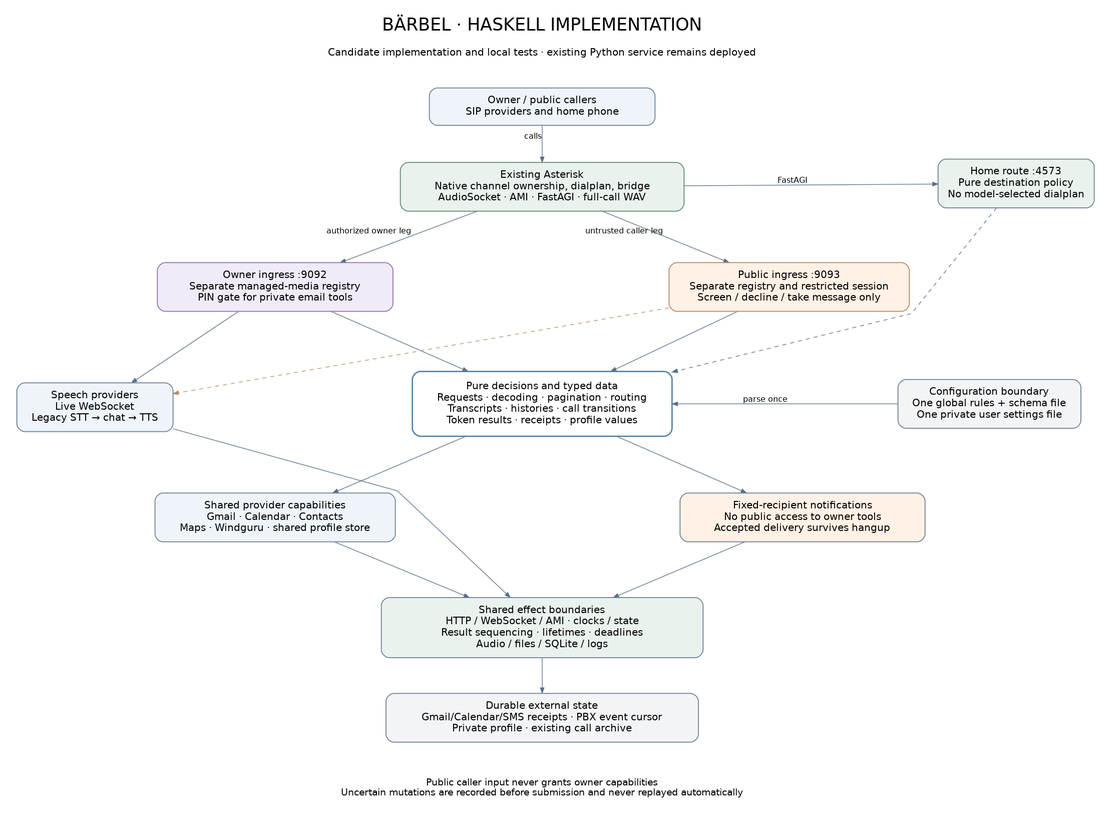
StefanHubner/BaerbelHaskell keeps this Graphviz diagram as architecture/BAERBEL_SYSTEM_ARCHITECTURE.png. Above is the earlier version. Its source is kept beside it as architecture/BAERBEL_SYSTEM_ARCHITECTURE.dot.
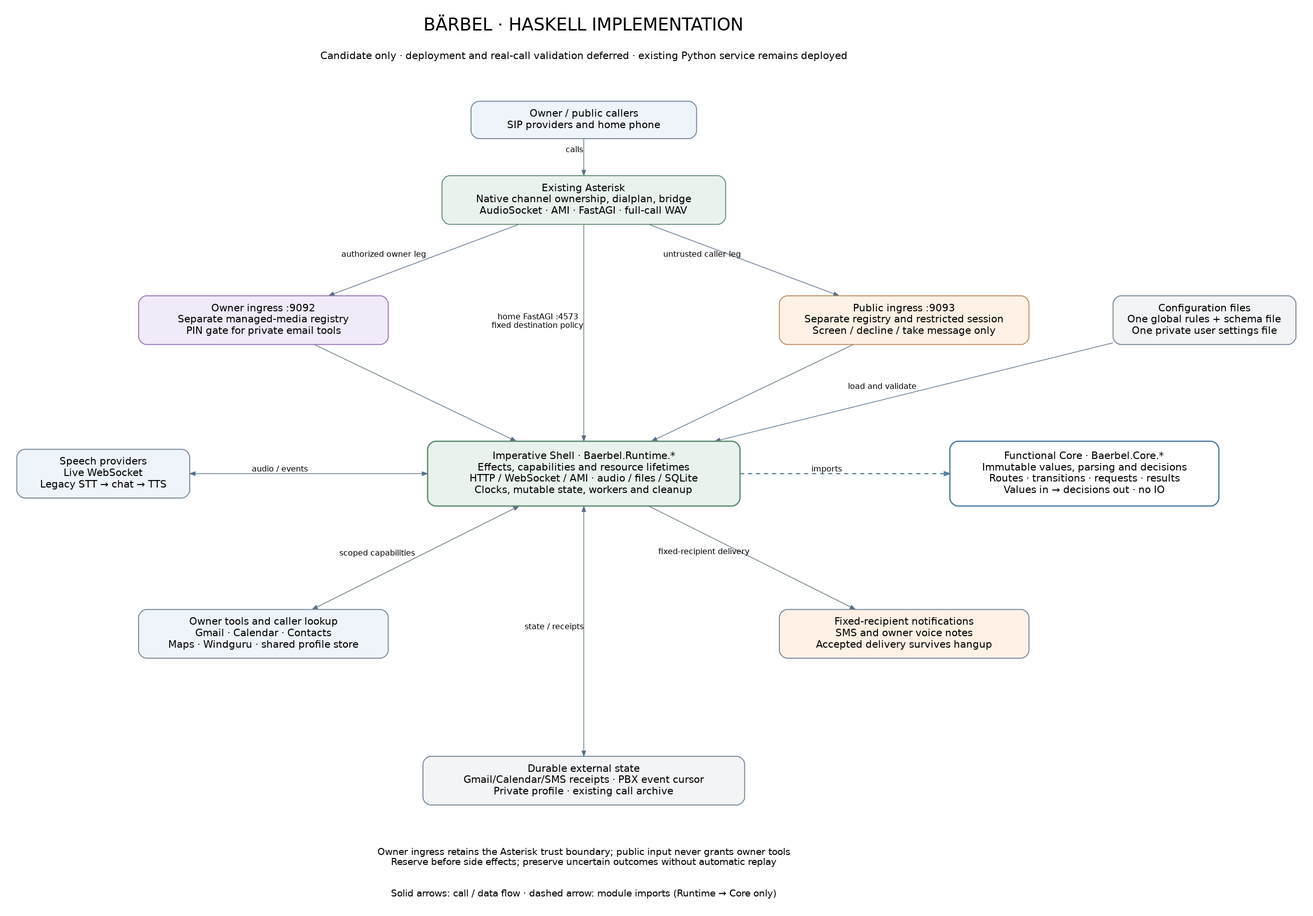
Above is the later version.

What changed in the source:
```diff
@@ -2,35 +2,31 @@
   graph [layout=neato, overlap=true, splines=polyline, bgcolor="#ffffff", pad="0.35", outputorder=edgesfirst];
   node [shape=box, style="rounded,filled", fontname="DejaVu Sans", fontsize=15, margin="0.18,0.15", color="#728397", fillcolor="#eef4fa", penwidth=1.4];
   edge [fontname="DejaVu Sans", fontsize=12, color="#586f86", arrowsize=0.8];
-  title [shape=plain, style="", label="BÄRBEL · HASKELL IMPLEMENTATION", fontsize=26, pos="800,870!"];
-  status [shape=plain, style="", label="Candidate implementation and local tests · existing Python service remains deployed", fontsize=15, pos="800,830!"];
-  phones [label="Owner / public callers\nSIP providers and home phone", pos="800,750!", width=4.7];
-  pbx [label="Existing Asterisk\nNative channel ownership, dialplan, bridge\nAudioSocket · AMI · FastAGI · full-call WAV", pos="800,630!", width=5.9, fillcolor="#eaf2ed", color="#618d73"];
-  owner [label="Owner ingress :9092\nSeparate managed-media registry\nPIN gate for private email tools", pos="400,480!", width=4.9, fillcolor="#f1eaf8", color="#9674b2"];
-  public [label="Public ingress :9093\nSeparate registry and restricted session\nScreen / decline / take message only", pos="1170,480!", width=5.0, fillcolor="#fff1e5", color="#b98b65"];
-  home [label="Home route :4573\nPure destination policy\nNo model-selected dialplan", pos="1510,635!", width=3.25, fillcolor="#eaf2ed"];
-  pure [label="Pure decisions and typed data\nRequests · decoding · pagination · routing\nTranscripts · histories · call transitions\nToken results · receipts · profile values", pos="800,305!", width=5.4, height=1.35, fillcolor="#ffffff", color="#527fa5", penwidth=2.0];
-  live [label="Speech providers\nLive WebSocket\nLegacy STT → chat → TTS", pos="130,300!", width=3.25];
-  providers [label="Shared provider capabilities\nGmail · Calendar · Contacts\nMaps · Windguru · shared profile store", pos="400,135!", width=5.0];
-  notifications [label="Fixed-recipient notifications\nNo public access to owner tools\nAccepted delivery survives hangup", pos="1190,135!", width=5.1, fillcolor="#fff1e5"];
-  effects [label="Shared effect boundaries\nHTTP / WebSocket / AMI · clocks / state\nResult sequencing · lifetimes · deadlines\nAudio / files / SQLite / logs", pos="800,-30!", width=6.7, fillcolor="#eaf2ed"];
-  state [label="Durable external state\nGmail/Calendar/SMS receipts · PBX event cursor\nPrivate profile · existing call archive", pos="800,-165!", width=6.5, fillcolor="#f3f4f6"];
-  config [label="Configuration boundary\nOne global rules + schema file\nOne private user settings file", pos="1470,305!", width=3.8, fillcolor="#f3f4f6"];
-  permissions [shape=plain, style="", label="Public caller input never grants owner capabilities\nUncertain mutations are recorded before submission and never replayed automatically", fontsize=14, pos="800,-270!"];
+  title [shape=plain, style="", label="BÄRBEL · HASKELL IMPLEMENTATION", fontsize=26, pos="900,1010!"];
+  status [shape=plain, style="", label="Candidate only · deployment and real-call validation deferred · existing Python service remains deployed", fontsize=15, pos="900,965!"];
+  phones [label="Owner / public callers\nSIP providers and home phone", pos="900,870!", width=4.7];
+  pbx [label="Existing Asterisk\nNative channel ownership, dialplan, bridge\nAudioSocket · AMI · FastAGI · full-call WAV", pos="900,750!", width=5.9, fillcolor="#eaf2ed", color="#618d73"];
+  owner [label="Owner ingress :9092\nSeparate managed-media registry\nPIN gate for private email tools", pos="420,570!", width=5.2, fillcolor="#f1eaf8", color="#9674b2"];
+  public [label="Public ingress :9093\nSeparate registry and restricted session\nScreen / decline / take message only", pos="1380,570!", width=5.2, fillcolor="#fff1e5", color="#b98b65"];
+  shell [label="Imperative Shell · Baerbel.Runtime.*\nEffects, capabilities and resource lifetimes\nHTTP / WebSocket / AMI · audio / files / SQLite\nClocks, mutable state, workers and cleanup", pos="900,340!", width=6.5, height=1.35, fillcolor="#eaf2ed", color="#618d73", penwidth=2.0];
+  core [label="Functional Core · Baerbel.Core.*\nImmutable values, parsing and decisions\nRoutes · transitions · requests · results\nValues in → decisions out · no IO", pos="1650,340!", width=5.6, height=1.35, fillcolor="#ffffff", color="#527fa5", penwidth=2.0];
+  speech [label="Speech providers\nLive WebSocket\nLegacy STT → chat → TTS", pos="180,340!", width=3.6];
+  providers [label="Owner tools and caller lookup\nGmail · Calendar · Contacts\nMaps · Windguru · shared profile store", pos="420,100!", width=5.2];
+  notifications [label="Fixed-recipient notifications\nSMS and owner voice notes\nAccepted delivery survives hangup", pos="1380,100!", width=5.2, fillcolor="#fff1e5"];
+  state [label="Durable external state\nGmail/Calendar/SMS receipts · PBX event cursor\nPrivate profile · existing call archive", pos="900,-120!", width=6.7, fillcolor="#f3f4f6"];
+  config [label="Configuration files\nOne global rules + schema file\nOne private user settings file", pos="1830,570!", width=3.8, fillcolor="#f3f4f6"];
+  permissions [shape=plain, style="", label="Owner ingress retains the Asterisk trust boundary; public input never grants owner tools\nReserve before side effects; preserve uncertain outcomes without automatic replay", fontsize=14, pos="900,-235!"];
+  legend [shape=plain, style="", label="Solid arrows: call / data flow · dashed arrow: module imports (Runtime → Core only)", fontsize=14, pos="900,-290!"];
   phones -> pbx [label="calls"];
   pbx -> owner [label="authorized owner leg"];
   pbx -> public [label="untrusted caller leg"];
-  pbx -> home [label="FastAGI"];
-  owner -> pure;
-  public -> pure;
-  home -> pure [style=dashed];
-  owner -> live;
-  public -> live [style=dashed, color="#b98b65"];
-  pure -> providers;
-  pure -> notifications;
-  config -> pure [label="parse once"];
-  providers -> effects;
-  notifications -> effects;
-  live -> effects;
-  effects -> state;
+  pbx -> shell [label="home FastAGI :4573\nfixed destination policy"];
+  owner -> shell;
+  public -> shell;
+  shell -> core [style=dashed, label="imports", color="#527fa5", penwidth=1.8];
+  shell -> speech [dir=both, label="audio / events"];
+  shell -> providers [dir=both, label="scoped capabilities"];
+  shell -> notifications [label="fixed-recipient delivery"];
+  shell -> state [dir=both, label="state / receipts"];
+  config -> shell [label="load and validate"];
 }
```
